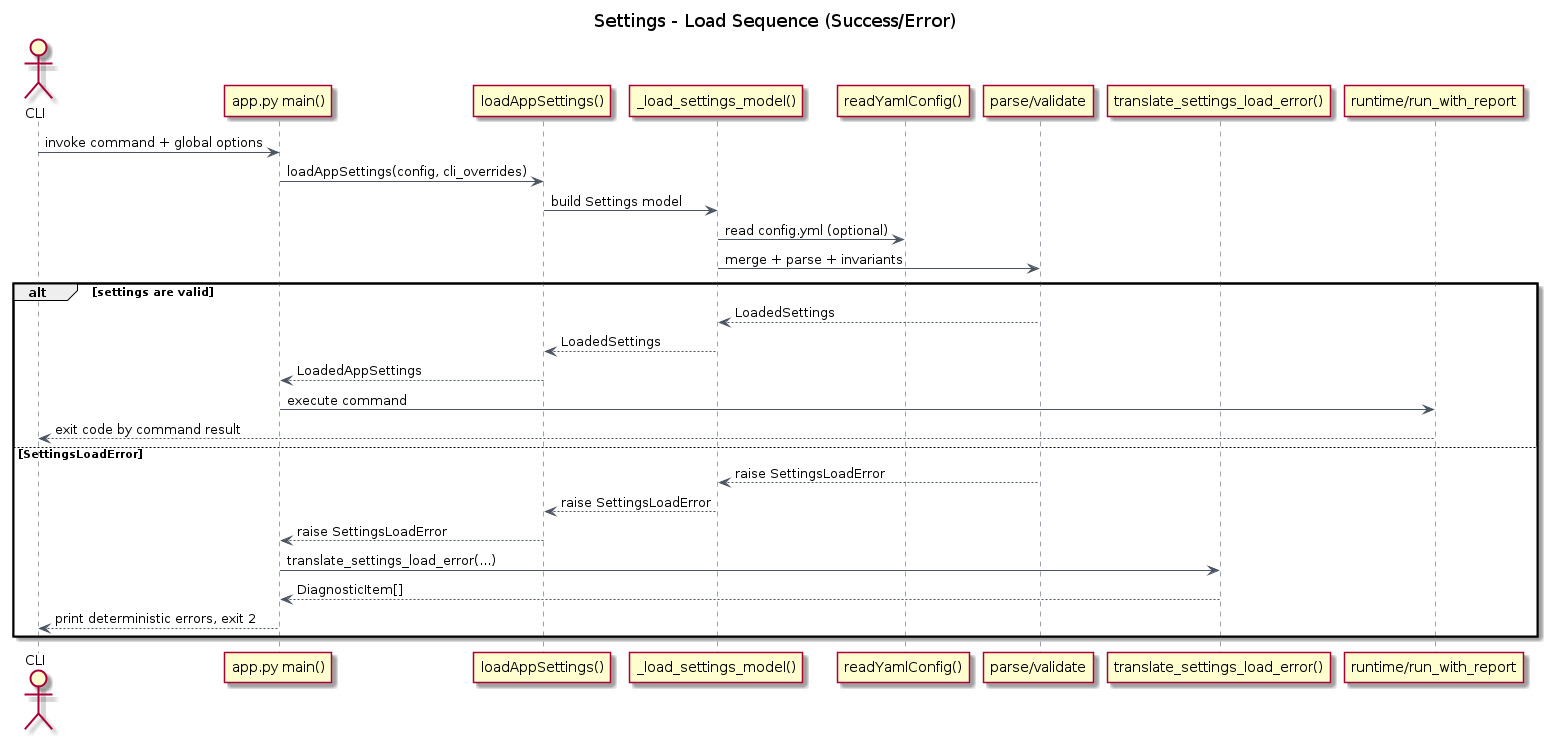
Earlier version of the PlantUML export docs/uml/config/settings_sequence_load.png (xORex-LC/nexus-etl). Its source is kept beside it as docs/uml/config/settings_sequence_load.puml. The source it was exported from:
```plantuml
@startuml
title Settings - Load Sequence (Success/Error)

skinparam backgroundColor white
skinparam defaultFontName Arial
skinparam linetype ortho
skinparam sequence {
  ArrowColor #4b5563
  LifeLineBorderColor #9ca3af
}

actor CLI
participant "app.py main()" as AppMain
participant "loadAppSettings()" as LoadApp
participant "_load_settings_model()" as LoadModel
participant "readYamlConfig()" as YamlRead
participant "parse/validate" as Validate
participant "translate_settings_load_error()" as SettingsDiag
participant "runtime/run_with_report" as Runtime

CLI -> AppMain : invoke command + global options
AppMain -> LoadApp : loadAppSettings(config, cli_overrides)
LoadApp -> LoadModel : build Settings model
LoadModel -> YamlRead : read config.yml (optional)
LoadModel -> Validate : merge + parse + invariants

alt settings are valid
  Validate --> LoadModel : LoadedSettings
  LoadModel --> LoadApp : LoadedSettings
  LoadApp --> AppMain : LoadedAppSettings
  AppMain -> Runtime : execute command
  Runtime --> CLI : exit code by command result
else SettingsLoadError
  Validate --> LoadModel : raise SettingsLoadError
  LoadModel --> LoadApp : raise SettingsLoadError
  LoadApp --> AppMain : raise SettingsLoadError
  AppMain -> SettingsDiag : translate_settings_load_error(...)
  SettingsDiag --> AppMain : DiagnosticItem[]
  AppMain --> CLI : print deterministic errors, exit 2
end

@enduml
```
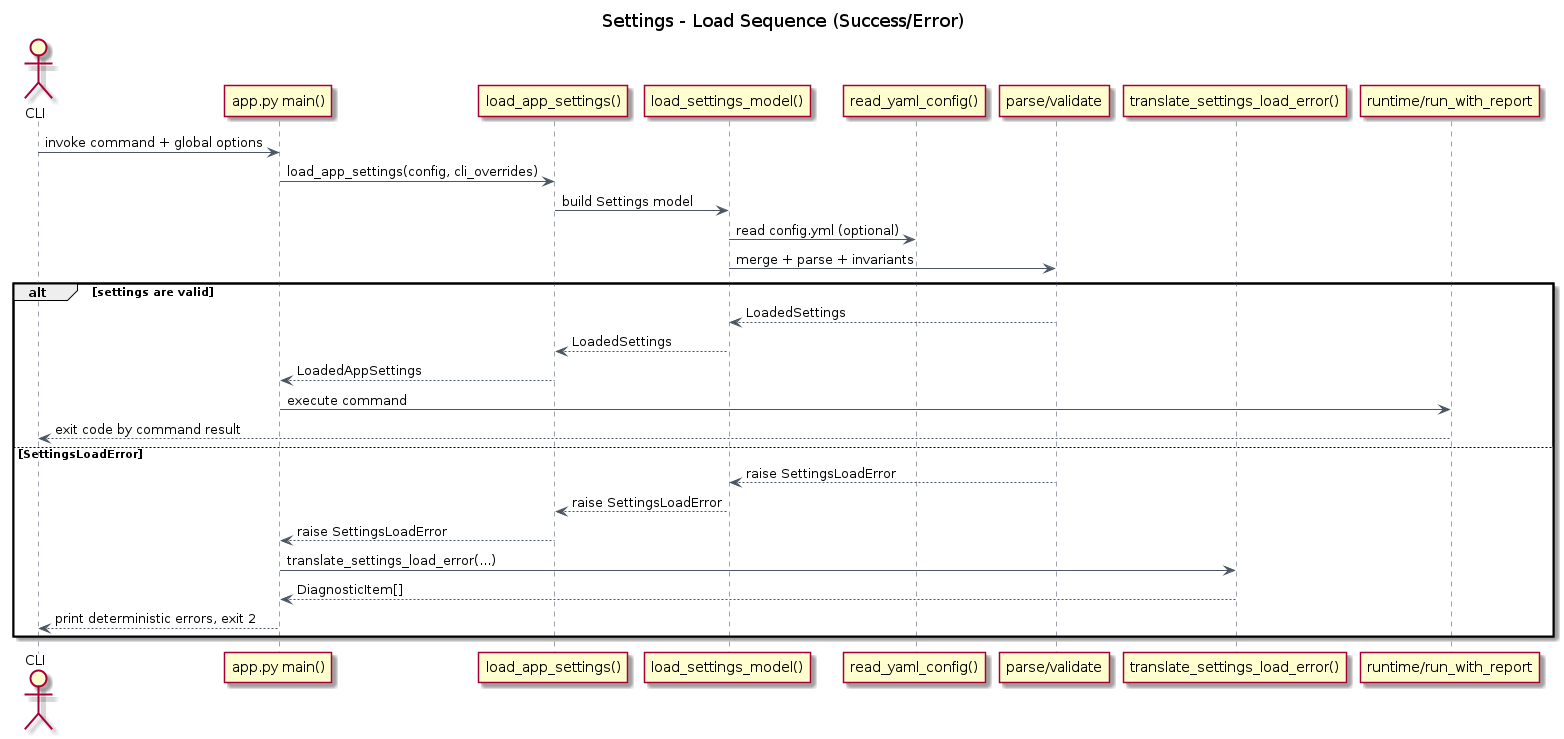
Later version of the same file.

What changed in the source:
```diff
@@ -11,15 +11,15 @@
 
 actor CLI
 participant "app.py main()" as AppMain
-participant "loadAppSettings()" as LoadApp
-participant "_load_settings_model()" as LoadModel
-participant "readYamlConfig()" as YamlRead
+participant "load_app_settings()" as LoadApp
+participant "load_settings_model()" as LoadModel
+participant "read_yaml_config()" as YamlRead
 participant "parse/validate" as Validate
 participant "translate_settings_load_error()" as SettingsDiag
 participant "runtime/run_with_report" as Runtime
 
 CLI -> AppMain : invoke command + global options
-AppMain -> LoadApp : loadAppSettings(config, cli_overrides)
+AppMain -> LoadApp : load_app_settings(config, cli_overrides)
 LoadApp -> LoadModel : build Settings model
 LoadModel -> YamlRead : read config.yml (optional)
 LoadModel -> Validate : merge + parse + invariants
```
